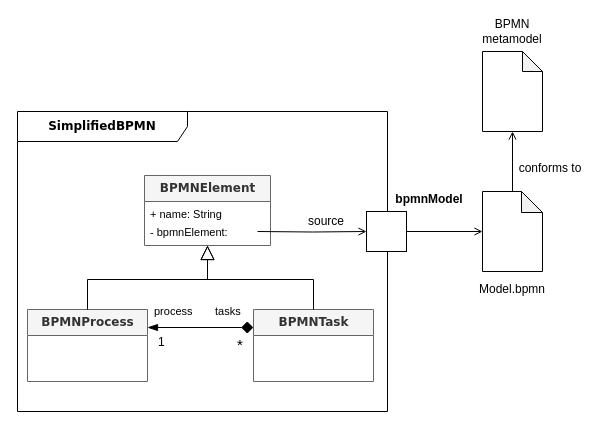
This is Figures/BPMNSubsetExample.drawio from labsticc-p4s/multi-process-challenge, a draw.io file, before an edit. Source tidied: cells renumbered, new cells numbered last; positions are measured from the earlier drawing's top-left corner, leaving out a move shared by most shapes. Both pictures are drawn from the tidied source at 100%, with x=0, y=0 at pixel (17, 21).
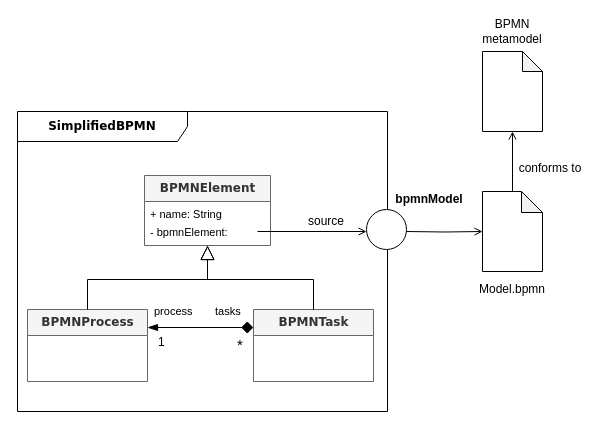
After the change.

Unchanged cells that the change refers to:
```xml
<mxCell id="17" style="shape=note;whiteSpace=wrap;html=1;backgroundOutline=1;darkOpacity=0.05;size=21;" parent="1" vertex="1">
  <mxGeometry x="465" y="170" width="60" height="80" as="geometry" />
</mxCell>
```

What changed in the source:
```diff
@@
-    <mxCell id="15" style="whiteSpace=wrap;html=1;" parent="1" vertex="1">
-      <mxGeometry x="349" y="190" width="40" height="40" as="geometry" />
-    </mxCell>
@@
-    <mxCell id="23" style="edgeStyle=orthogonalEdgeStyle;rounded=0;jettySize=auto;html=1;exitX=1;exitY=0.5;exitDx=0;exitDy=0;entryX=0;entryY=0.5;entryDx=0;entryDy=0;entryPerimeter=0;startArrow=none;startFill=0;startSize=10;endArrow=open;endFill=0;" parent="1" edge="1" source="15" target="17">
-      <mxGeometry relative="1" as="geometry" />
+    <mxCell id="23" style="edgeStyle=orthogonalEdgeStyle;rounded=0;jettySize=auto;html=1;exitX=1;exitY=0.5;exitDx=0;exitDy=0;entryX=0;entryY=0.5;entryDx=0;entryDy=0;entryPerimeter=0;startArrow=none;startFill=0;startSize=10;endArrow=open;endFill=0;" parent="1" edge="1" target="17">
+      <mxGeometry relative="1" as="geometry">
+        <mxPoint x="389" y="210" as="sourcePoint" />
+      </mxGeometry>
     </mxCell>
-    <mxCell id="24" style="edgeStyle=orthogonalEdgeStyle;rounded=0;jettySize=auto;html=1;entryX=0;entryY=0.5;entryDx=0;entryDy=0;startArrow=none;startFill=0;startSize=10;endArrow=open;endFill=0;" parent="1" edge="1" target="15">
+    <mxCell id="24" style="edgeStyle=orthogonalEdgeStyle;rounded=0;orthogonalLoop=1;jettySize=auto;html=1;entryX=0;entryY=0.5;entryDx=0;entryDy=0;startArrow=none;startFill=0;startSize=10;endArrow=open;endFill=0;" parent="1" edge="1">
       <mxGeometry relative="1" as="geometry">
         <mxPoint x="240" y="210" as="sourcePoint" />
+        <mxPoint x="349" y="210" as="targetPoint" />
       </mxGeometry>
     </mxCell>
@@
+    <mxCell id="26" style="ellipse;whiteSpace=wrap;html=1;" parent="1" vertex="1">
+      <mxGeometry x="349" y="188" width="40" height="40" as="geometry" />
+    </mxCell>
```
